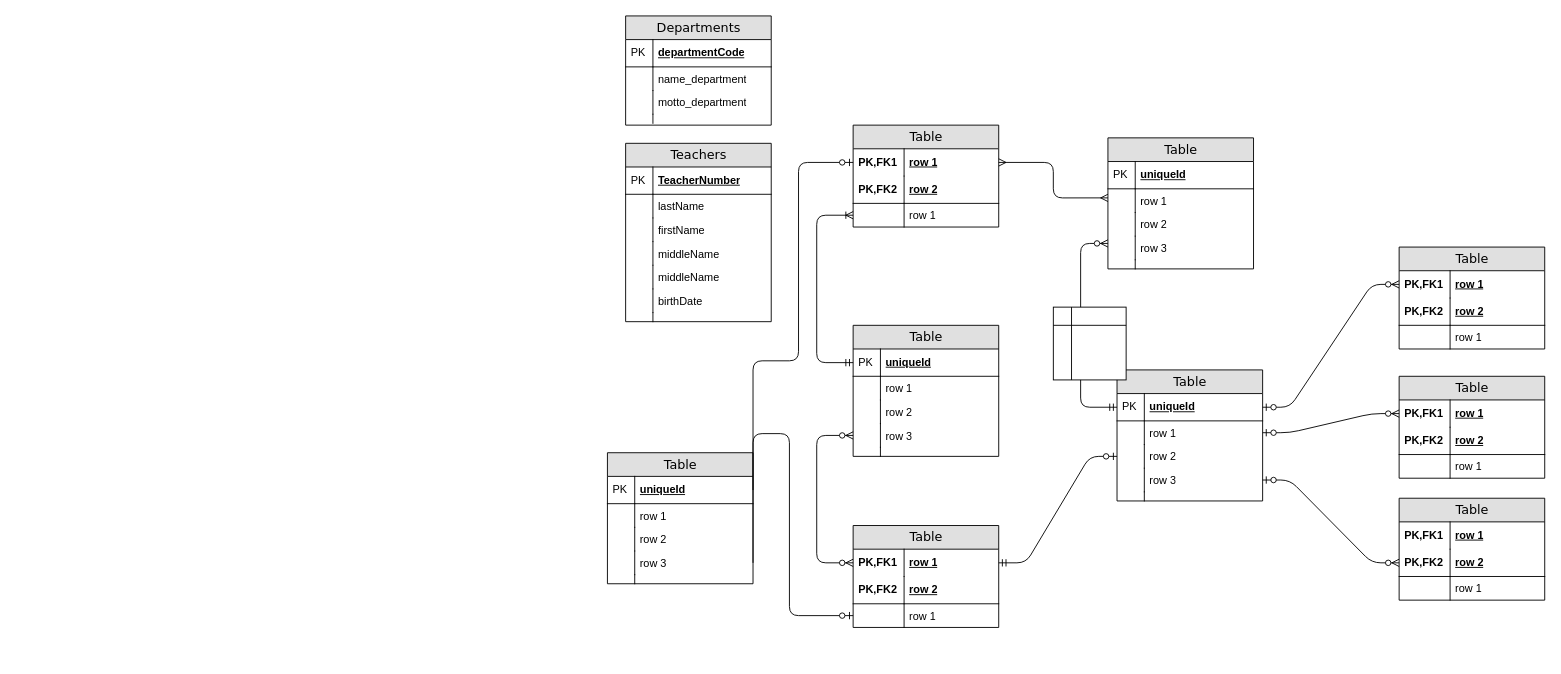
This is Диаграмма без названия.drawio from Shookherr/Skillbox, a draw.io file, before an edit. Source tidied: cells renumbered, new cells numbered last; positions are measured from the earlier drawing's top-left corner, leaving out a move shared by most shapes. Both pictures are drawn from the tidied source at 91%, with x=0, y=0 at pixel (607, 15).
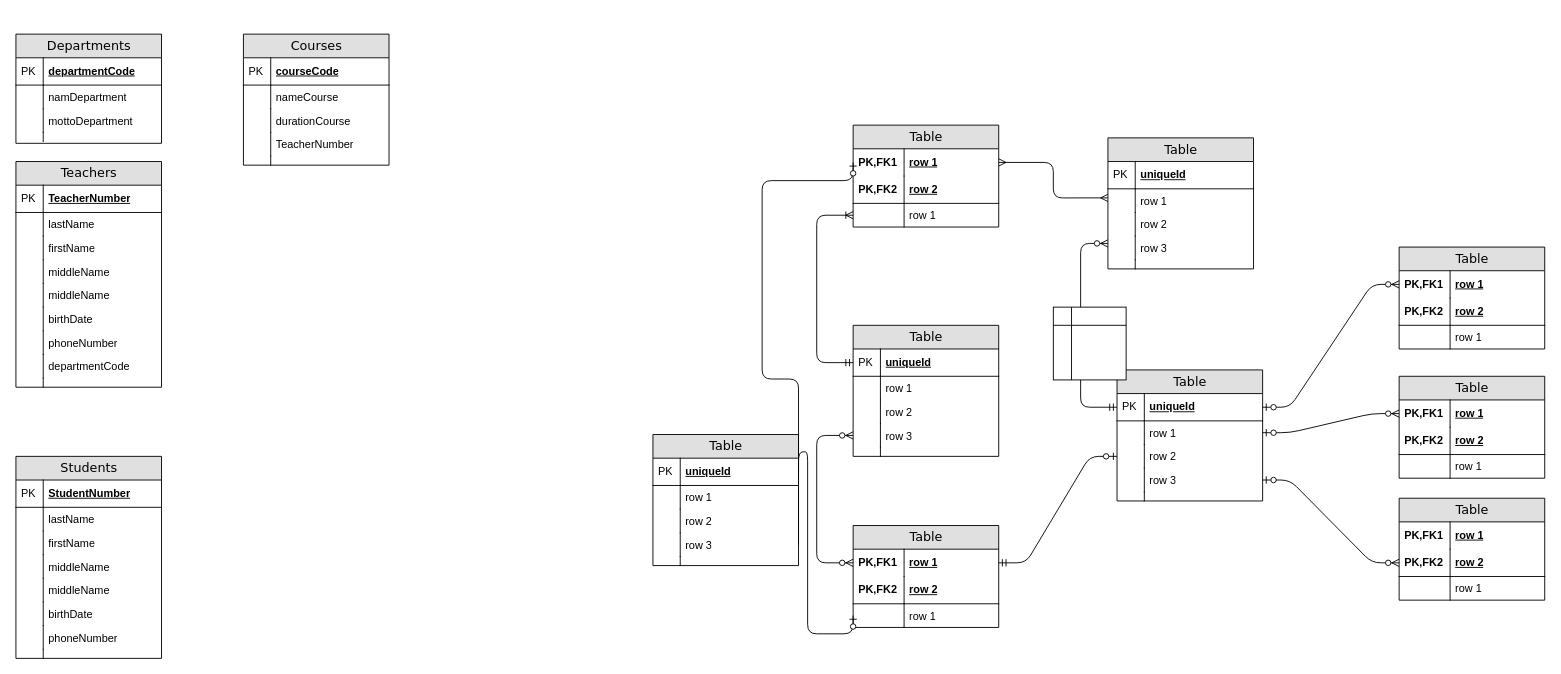
The same page after the edit.

Unchanged cells that the change refers to:
```xml
<mxCell id="3" value="row 1" style="shape=partialRectangle;top=0;left=0;right=0;bottom=0;html=1;align=left;verticalAlign=middle;fillColor=none;spacingLeft=60;spacingRight=4;whiteSpace=wrap;overflow=hidden;points=[[0,0.5],[1,0.5]];portConstraint=eastwest;fontStyle=5;" parent="2" vertex="1">
  <mxGeometry y="26" width="160" height="30" as="geometry" />
</mxCell>
<mxCell id="54" value="row 1" style="shape=partialRectangle;top=0;left=0;right=0;bottom=0;html=1;align=left;verticalAlign=top;fillColor=none;spacingLeft=60;spacingRight=4;whiteSpace=wrap;overflow=hidden;points=[[0,0.5],[1,0.5]];portConstraint=eastwest;" parent="49" vertex="1">
  <mxGeometry y="86" width="160" height="26" as="geometry" />
</mxCell>
<mxCell id="79" value="uniqueId" style="shape=partialRectangle;top=0;left=0;right=0;bottom=1;html=1;align=left;verticalAlign=middle;fillColor=none;spacingLeft=34;spacingRight=4;whiteSpace=wrap;overflow=hidden;points=[[0,0.5],[1,0.5]];portConstraint=eastwest;fontStyle=5;" parent="78" vertex="1">
  <mxGeometry y="26" width="160" height="30" as="geometry" />
</mxCell>
<mxCell id="85" value="row 3" style="shape=partialRectangle;top=0;left=0;right=0;bottom=0;html=1;align=left;verticalAlign=top;fillColor=none;spacingLeft=34;spacingRight=4;whiteSpace=wrap;overflow=hidden;points=[[0,0.5],[1,0.5]];portConstraint=eastwest;" parent="78" vertex="1">
  <mxGeometry y="108" width="160" height="26" as="geometry" />
</mxCell>
```

The edit, as a diff of the source:
```diff
@@
     <mxCell id="78" value="Table" style="swimlane;html=1;fontStyle=0;horizontal=1;startSize=26;fillColor=#e0e0e0;swimlaneFillColor=#ffffff;align=center;rounded=0;shadow=0;comic=0;labelBackgroundColor=none;strokeWidth=1;fontFamily=Verdana;fontSize=14;" parent="1" vertex="1">
-      <mxGeometry y="480" width="160" height="144" as="geometry" />
+      <mxGeometry x="50" y="460" width="160" height="144" as="geometry" />
     </mxCell>
@@
     <mxCell id="89" style="edgeStyle=orthogonalEdgeStyle;html=1;endArrow=ERzeroToOne;endFill=1;labelBackgroundColor=none;fontFamily=Verdana;fontSize=14;entryX=0;entryY=0.5;exitX=1;exitY=0.5;" parent="1" edge="1" source="79" target="3">
       <mxGeometry relative="1" as="geometry">
         <Array as="points">
-          <mxPoint x="210" y="379" />
-          <mxPoint x="210" y="161" />
+          <mxPoint x="210" y="399" />
+          <mxPoint x="170" y="399" />
+          <mxPoint x="170" y="181" />
+          <mxPoint x="270" y="181" />
         </Array>
       </mxGeometry>
     </mxCell>
     <mxCell id="90" style="edgeStyle=orthogonalEdgeStyle;html=1;endArrow=ERzeroToOne;endFill=1;labelBackgroundColor=none;fontFamily=Verdana;fontSize=14;entryX=0;entryY=0.5;exitX=1;exitY=0.5;" parent="1" edge="1" source="85" target="54">
       <mxGeometry relative="1" as="geometry">
         <Array as="points">
-          <mxPoint x="200" y="459" />
-          <mxPoint x="200" y="659" />
+          <mxPoint x="210" y="479" />
+          <mxPoint x="220" y="479" />
+          <mxPoint x="220" y="679" />
+          <mxPoint x="270" y="679" />
         </Array>
       </mxGeometry>
     </mxCell>
@@
     <mxCell id="92" value="Departments" style="swimlane;html=1;fontStyle=0;horizontal=1;startSize=26;fillColor=#e0e0e0;swimlaneFillColor=#ffffff;align=center;rounded=0;shadow=0;comic=0;labelBackgroundColor=none;strokeWidth=1;fontFamily=Verdana;fontSize=14;swimlaneLine=1;" parent="1" vertex="1">
-      <mxGeometry x="20" width="160" height="120" as="geometry" />
+      <mxGeometry x="-650" y="20" width="160" height="120" as="geometry" />
     </mxCell>
@@
-    <mxCell id="95" value="name_department" style="shape=partialRectangle;top=0;left=0;right=0;bottom=0;html=1;align=left;verticalAlign=top;fillColor=none;spacingLeft=34;spacingRight=4;whiteSpace=wrap;overflow=hidden;" parent="92" vertex="1">
+    <mxCell id="95" value="namDepartment" style="shape=partialRectangle;top=0;left=0;right=0;bottom=0;html=1;align=left;verticalAlign=top;fillColor=none;spacingLeft=34;spacingRight=4;whiteSpace=wrap;overflow=hidden;" parent="92" vertex="1">
       <mxGeometry y="56" width="160" height="26" as="geometry" />
     </mxCell>
@@
-    <mxCell id="97" value="motto_department" style="shape=partialRectangle;top=0;left=0;right=0;bottom=0;html=1;align=left;verticalAlign=top;fillColor=none;spacingLeft=34;spacingRight=4;whiteSpace=wrap;overflow=hidden;" parent="92" vertex="1">
+    <mxCell id="97" value="mottoDepartment" style="shape=partialRectangle;top=0;left=0;right=0;bottom=0;html=1;align=left;verticalAlign=top;fillColor=none;spacingLeft=34;spacingRight=4;whiteSpace=wrap;overflow=hidden;" parent="92" vertex="1">
       <mxGeometry y="82" width="160" height="26" as="geometry" />
     </mxCell>
@@
     <mxCell id="101" value="Teachers" style="swimlane;html=1;fontStyle=0;horizontal=1;startSize=26;fillColor=#e0e0e0;swimlaneFillColor=#ffffff;align=center;rounded=0;shadow=0;comic=0;labelBackgroundColor=none;strokeWidth=1;fontFamily=Verdana;fontSize=14;swimlaneLine=1;" parent="1" vertex="1">
-      <mxGeometry x="20" y="140" width="160" height="196" as="geometry" />
+      <mxGeometry x="-650" y="160" width="160" height="248" as="geometry" />
     </mxCell>
@@
+    <mxCell id="116" value="phoneNumber" style="shape=partialRectangle;top=0;left=0;right=0;bottom=0;html=1;align=left;verticalAlign=top;fillColor=none;spacingLeft=34;spacingRight=4;whiteSpace=wrap;overflow=hidden;" parent="101" vertex="1">
+      <mxGeometry y="186" width="160" height="26" as="geometry" />
+    </mxCell>
+    <mxCell id="117" style="shape=partialRectangle;top=0;left=0;bottom=0;html=1;fillColor=none;align=left;verticalAlign=top;spacingLeft=4;spacingRight=4;whiteSpace=wrap;overflow=hidden;" parent="116" vertex="1">
+      <mxGeometry width="30" height="26" as="geometry" />
+    </mxCell>
+    <mxCell id="118" value="departmentCode" style="shape=partialRectangle;top=0;left=0;right=0;bottom=0;html=1;align=left;verticalAlign=top;fillColor=none;spacingLeft=34;spacingRight=4;whiteSpace=wrap;overflow=hidden;" parent="101" vertex="1">
+      <mxGeometry y="212" width="160" height="26" as="geometry" />
+    </mxCell>
+    <mxCell id="119" style="shape=partialRectangle;top=0;left=0;bottom=0;html=1;fillColor=none;align=left;verticalAlign=top;spacingLeft=4;spacingRight=4;whiteSpace=wrap;overflow=hidden;" parent="118" vertex="1">
+      <mxGeometry width="30" height="26" as="geometry" />
+    </mxCell>
     <mxCell id="114" style="shape=partialRectangle;top=0;left=0;right=0;bottom=0;html=1;align=left;verticalAlign=top;fillColor=none;spacingLeft=34;spacingRight=4;whiteSpace=wrap;overflow=hidden;" parent="101" vertex="1">
-      <mxGeometry y="186" width="160" height="10" as="geometry" />
+      <mxGeometry y="238" width="160" height="10" as="geometry" />
     </mxCell>
@@
+    <mxCell id="120" value="Students" style="swimlane;html=1;fontStyle=0;horizontal=1;startSize=26;fillColor=#e0e0e0;swimlaneFillColor=#ffffff;align=center;rounded=0;shadow=0;comic=0;labelBackgroundColor=none;strokeWidth=1;fontFamily=Verdana;fontSize=14;swimlaneLine=1;" parent="1" vertex="1">
+      <mxGeometry x="-650" y="484" width="160" height="222" as="geometry" />
+    </mxCell>
+    <mxCell id="121" value="StudentNumber" style="shape=partialRectangle;top=0;left=0;right=0;bottom=1;html=1;align=left;verticalAlign=middle;fillColor=none;spacingLeft=34;spacingRight=4;whiteSpace=wrap;overflow=hidden;fontStyle=5;" parent="120" vertex="1">
+      <mxGeometry y="26" width="160" height="30" as="geometry" />
+    </mxCell>
+    <mxCell id="122" value="PK" style="shape=partialRectangle;top=0;left=0;bottom=0;html=1;fillColor=none;align=left;verticalAlign=middle;spacingLeft=4;spacingRight=4;whiteSpace=wrap;overflow=hidden;" parent="121" vertex="1">
+      <mxGeometry width="30" height="30" as="geometry" />
+    </mxCell>
+    <mxCell id="123" value="lastName" style="shape=partialRectangle;top=0;left=0;right=0;bottom=0;html=1;align=left;verticalAlign=top;fillColor=none;spacingLeft=34;spacingRight=4;whiteSpace=wrap;overflow=hidden;" parent="120" vertex="1">
+      <mxGeometry y="56" width="160" height="26" as="geometry" />
+    </mxCell>
+    <mxCell id="124" style="shape=partialRectangle;top=0;left=0;bottom=0;html=1;fillColor=none;align=left;verticalAlign=top;spacingLeft=4;spacingRight=4;whiteSpace=wrap;overflow=hidden;" parent="123" vertex="1">
+      <mxGeometry width="30" height="26" as="geometry" />
+    </mxCell>
+    <mxCell id="125" value="firstName" style="shape=partialRectangle;top=0;left=0;right=0;bottom=0;html=1;align=left;verticalAlign=top;fillColor=none;spacingLeft=34;spacingRight=4;whiteSpace=wrap;overflow=hidden;" parent="120" vertex="1">
+      <mxGeometry y="82" width="160" height="26" as="geometry" />
+    </mxCell>
+    <mxCell id="126" style="shape=partialRectangle;top=0;left=0;bottom=0;html=1;fillColor=none;align=left;verticalAlign=top;spacingLeft=4;spacingRight=4;whiteSpace=wrap;overflow=hidden;" parent="125" vertex="1">
+      <mxGeometry width="30" height="26" as="geometry" />
+    </mxCell>
+    <mxCell id="127" value="middleName" style="shape=partialRectangle;top=0;left=0;right=0;bottom=0;html=1;align=left;verticalAlign=top;fillColor=none;spacingLeft=34;spacingRight=4;whiteSpace=wrap;overflow=hidden;" parent="120" vertex="1">
+      <mxGeometry y="108" width="160" height="26" as="geometry" />
+    </mxCell>
+    <mxCell id="128" style="shape=partialRectangle;top=0;left=0;bottom=0;html=1;fillColor=none;align=left;verticalAlign=top;spacingLeft=4;spacingRight=4;whiteSpace=wrap;overflow=hidden;" parent="127" vertex="1">
+      <mxGeometry width="30" height="26" as="geometry" />
+    </mxCell>
+    <mxCell id="129" value="middleName" style="shape=partialRectangle;top=0;left=0;right=0;bottom=0;html=1;align=left;verticalAlign=top;fillColor=none;spacingLeft=34;spacingRight=4;whiteSpace=wrap;overflow=hidden;" parent="120" vertex="1">
+      <mxGeometry y="134" width="160" height="26" as="geometry" />
+    </mxCell>
+    <mxCell id="130" style="shape=partialRectangle;top=0;left=0;bottom=0;html=1;fillColor=none;align=left;verticalAlign=top;spacingLeft=4;spacingRight=4;whiteSpace=wrap;overflow=hidden;" parent="129" vertex="1">
+      <mxGeometry width="30" height="26" as="geometry" />
+    </mxCell>
+    <mxCell id="131" value="birthDate" style="shape=partialRectangle;top=0;left=0;right=0;bottom=0;html=1;align=left;verticalAlign=top;fillColor=none;spacingLeft=34;spacingRight=4;whiteSpace=wrap;overflow=hidden;" parent="120" vertex="1">
+      <mxGeometry y="160" width="160" height="26" as="geometry" />
+    </mxCell>
+    <mxCell id="132" style="shape=partialRectangle;top=0;left=0;bottom=0;html=1;fillColor=none;align=left;verticalAlign=top;spacingLeft=4;spacingRight=4;whiteSpace=wrap;overflow=hidden;" parent="131" vertex="1">
+      <mxGeometry width="30" height="26" as="geometry" />
+    </mxCell>
+    <mxCell id="133" value="phoneNumber" style="shape=partialRectangle;top=0;left=0;right=0;bottom=0;html=1;align=left;verticalAlign=top;fillColor=none;spacingLeft=34;spacingRight=4;whiteSpace=wrap;overflow=hidden;" parent="120" vertex="1">
+      <mxGeometry y="186" width="160" height="26" as="geometry" />
+    </mxCell>
+    <mxCell id="134" style="shape=partialRectangle;top=0;left=0;bottom=0;html=1;fillColor=none;align=left;verticalAlign=top;spacingLeft=4;spacingRight=4;whiteSpace=wrap;overflow=hidden;" parent="133" vertex="1">
+      <mxGeometry width="30" height="26" as="geometry" />
+    </mxCell>
+    <mxCell id="135" style="shape=partialRectangle;top=0;left=0;right=0;bottom=0;html=1;align=left;verticalAlign=top;fillColor=none;spacingLeft=34;spacingRight=4;whiteSpace=wrap;overflow=hidden;" parent="120" vertex="1">
+      <mxGeometry y="212" width="160" height="10" as="geometry" />
+    </mxCell>
+    <mxCell id="136" style="shape=partialRectangle;top=0;left=0;bottom=0;html=1;fillColor=none;align=left;verticalAlign=top;spacingLeft=4;spacingRight=4;whiteSpace=wrap;overflow=hidden;" parent="135" vertex="1">
+      <mxGeometry width="30" height="10" as="geometry" />
+    </mxCell>
+    <mxCell id="137" value="Courses" style="swimlane;html=1;fontStyle=0;horizontal=1;startSize=26;fillColor=#e0e0e0;swimlaneFillColor=#ffffff;align=center;rounded=0;shadow=0;comic=0;labelBackgroundColor=none;strokeWidth=1;fontFamily=Verdana;fontSize=14;swimlaneLine=1;" parent="1" vertex="1">
+      <mxGeometry x="-400" y="20" width="160" height="144" as="geometry" />
+    </mxCell>
+    <mxCell id="138" value="courseCode" style="shape=partialRectangle;top=0;left=0;right=0;bottom=1;html=1;align=left;verticalAlign=middle;fillColor=none;spacingLeft=34;spacingRight=4;whiteSpace=wrap;overflow=hidden;fontStyle=5;" parent="137" vertex="1">
+      <mxGeometry y="26" width="160" height="30" as="geometry" />
+    </mxCell>
+    <mxCell id="139" value="PK" style="shape=partialRectangle;top=0;left=0;bottom=0;html=1;fillColor=none;align=left;verticalAlign=middle;spacingLeft=4;spacingRight=4;whiteSpace=wrap;overflow=hidden;" parent="138" vertex="1">
+      <mxGeometry width="30" height="30" as="geometry" />
+    </mxCell>
+    <mxCell id="140" value="nameCourse" style="shape=partialRectangle;top=0;left=0;right=0;bottom=0;html=1;align=left;verticalAlign=top;fillColor=none;spacingLeft=34;spacingRight=4;whiteSpace=wrap;overflow=hidden;" parent="137" vertex="1">
+      <mxGeometry y="56" width="160" height="26" as="geometry" />
+    </mxCell>
+    <mxCell id="141" style="shape=partialRectangle;top=0;left=0;bottom=0;html=1;fillColor=none;align=left;verticalAlign=top;spacingLeft=4;spacingRight=4;whiteSpace=wrap;overflow=hidden;" parent="140" vertex="1">
+      <mxGeometry width="30" height="26" as="geometry" />
+    </mxCell>
+    <mxCell id="142" value="durationCourse" style="shape=partialRectangle;top=0;left=0;right=0;bottom=0;html=1;align=left;verticalAlign=top;fillColor=none;spacingLeft=34;spacingRight=4;whiteSpace=wrap;overflow=hidden;" parent="137" vertex="1">
+      <mxGeometry y="82" width="160" height="26" as="geometry" />
+    </mxCell>
+    <mxCell id="143" style="shape=partialRectangle;top=0;left=0;bottom=0;html=1;fillColor=none;align=left;verticalAlign=top;spacingLeft=4;spacingRight=4;whiteSpace=wrap;overflow=hidden;" parent="142" vertex="1">
+      <mxGeometry width="30" height="26" as="geometry" />
+    </mxCell>
+    <mxCell id="144" value="TeacherNumber" style="shape=partialRectangle;top=0;left=0;right=0;bottom=0;html=1;align=left;verticalAlign=top;fillColor=none;spacingLeft=34;spacingRight=4;whiteSpace=wrap;overflow=hidden;" parent="137" vertex="1">
+      <mxGeometry y="108" width="160" height="26" as="geometry" />
+    </mxCell>
+    <mxCell id="145" style="shape=partialRectangle;top=0;left=0;bottom=0;html=1;fillColor=none;align=left;verticalAlign=top;spacingLeft=4;spacingRight=4;whiteSpace=wrap;overflow=hidden;" parent="144" vertex="1">
+      <mxGeometry width="30" height="26" as="geometry" />
+    </mxCell>
+    <mxCell id="146" style="shape=partialRectangle;top=0;left=0;right=0;bottom=0;html=1;align=left;verticalAlign=top;fillColor=none;spacingLeft=34;spacingRight=4;whiteSpace=wrap;overflow=hidden;" parent="137" vertex="1">
+      <mxGeometry y="134" width="160" height="10" as="geometry" />
+    </mxCell>
+    <mxCell id="147" style="shape=partialRectangle;top=0;left=0;bottom=0;html=1;fillColor=none;align=left;verticalAlign=top;spacingLeft=4;spacingRight=4;whiteSpace=wrap;overflow=hidden;" parent="146" vertex="1">
+      <mxGeometry width="30" height="10" as="geometry" />
+    </mxCell>
```
